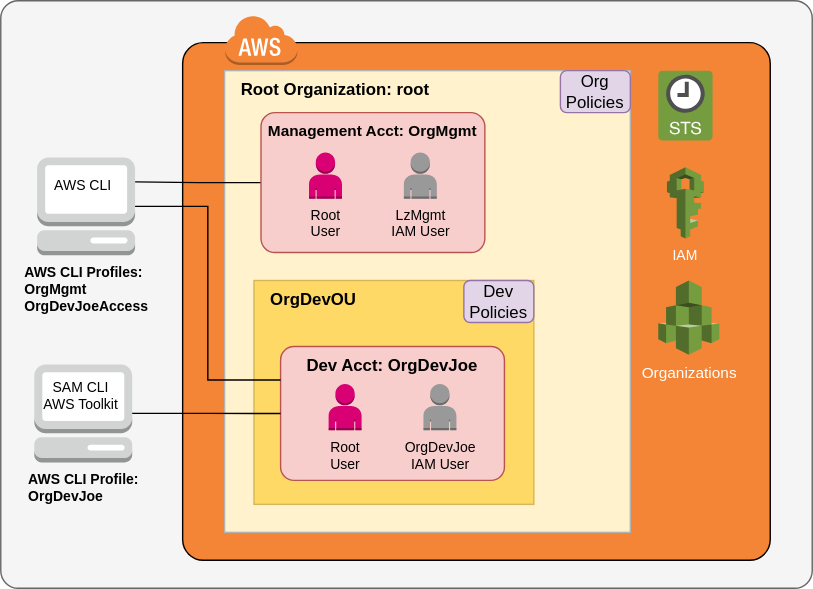
The draw.io diagram src/assets/img/AwsSetupUsers1.svg in InSciCo/InSciCo, before a commit. Source tidied: cells renumbered, new cells last; positions are measured from the earlier drawing's top-left corner, leaving out a move shared by most shapes.
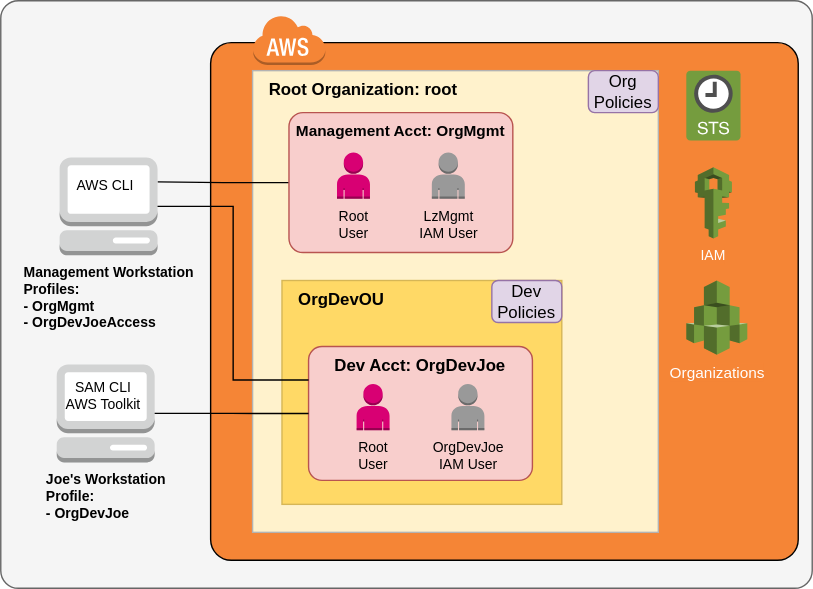
After the change.

Change to the diagram source:
```diff
@@ -3,7 +3,7 @@
     <mxCell id="0" />
     <mxCell id="1" parent="0" />
     <mxCell id="2" style="rounded=1;whiteSpace=wrap;html=1;labelBackgroundColor=#ffffff;strokeWidth=1;fillColor=#f5f5f5;fontSize=10;fontColor=#333333;arcSize=3;strokeColor=#666666;" parent="1" vertex="1">
-      <mxGeometry width="580" height="420" as="geometry" />
+      <mxGeometry x="-20" width="580" height="420" as="geometry" />
     </mxCell>
     <mxCell id="3" style="rounded=1;arcSize=4;dashed=0;strokeWidth=1;fontSize=10;fillColor=#F58536;" parent="1" vertex="1">
       <mxGeometry x="130" y="30" width="420" height="370" as="geometry" />
@@ -14,11 +14,11 @@
     <mxCell id="5" value="Org Policies" style="rounded=1;whiteSpace=wrap;html=1;fillColor=#e1d5e7;strokeColor=#9673a6;" parent="1" vertex="1">
       <mxGeometry x="400" y="50" width="50" height="30" as="geometry" />
     </mxCell>
-    <mxCell id="6" value="&lt;div style=&quot;text-align: left&quot;&gt;&lt;b&gt;AWS CLI Profile:&lt;/b&gt;&lt;/div&gt;&lt;b&gt;&lt;div style=&quot;text-align: left&quot;&gt;&lt;b&gt;OrgDevJoe&lt;/b&gt;&lt;/div&gt;&lt;/b&gt;" style="outlineConnect=0;dashed=0;verticalLabelPosition=bottom;verticalAlign=top;align=center;html=1;shape=mxgraph.aws3.management_console;fillColor=#D2D3D3;gradientColor=none;strokeWidth=1;fontSize=10;fontColor=#000000;" parent="1" vertex="1">
-      <mxGeometry x="24" y="260" width="70" height="70" as="geometry" />
+    <mxCell id="6" value="&lt;div style=&quot;text-align: left&quot;&gt;&lt;b&gt;Joe's Workstation&lt;/b&gt;&lt;/div&gt;&lt;div style=&quot;text-align: left&quot;&gt;&lt;b&gt;Profile:&lt;/b&gt;&lt;/div&gt;&lt;b&gt;&lt;div style=&quot;text-align: left&quot;&gt;&lt;b&gt;- OrgDevJoe&lt;/b&gt;&lt;/div&gt;&lt;/b&gt;" style="outlineConnect=0;dashed=0;verticalLabelPosition=bottom;verticalAlign=top;align=center;html=1;shape=mxgraph.aws3.management_console;fillColor=#D2D3D3;gradientColor=none;strokeWidth=1;fontSize=10;fontColor=#000000;" parent="1" vertex="1">
+      <mxGeometry x="20" y="260" width="70" height="70" as="geometry" />
     </mxCell>
     <mxCell id="7" value="SAM CLI&lt;br&gt;AWS Toolkit" style="text;html=1;strokeColor=none;fillColor=none;align=center;verticalAlign=middle;whiteSpace=wrap;rounded=0;fontSize=10;fontColor=#000000;" parent="1" vertex="1">
-      <mxGeometry x="25.1" y="272" width="64.8" height="20" as="geometry" />
+      <mxGeometry x="21.2" y="272" width="64.8" height="20" as="geometry" />
     </mxCell>
     <mxCell id="8" style="edgeStyle=orthogonalEdgeStyle;rounded=0;jettySize=auto;html=1;exitX=0;exitY=0.5;exitDx=0;exitDy=0;entryX=1;entryY=0.25;entryDx=0;entryDy=0;entryPerimeter=0;endArrow=none;endFill=0;fontColor=#FFFFFF;" parent="1" edge="1" source="9" target="25">
       <mxGeometry relative="1" as="geometry" />
@@ -69,9 +69,9 @@
       <mxGeometry relative="1" as="geometry" />
     </mxCell>
     <mxCell id="24" style="group;" parent="1" vertex="1">
-      <mxGeometry x="26" y="112" width="70" height="70" as="geometry" />
+      <mxGeometry x="22.1" y="112" width="70" height="70" as="geometry" />
     </mxCell>
-    <mxCell id="25" value="&lt;div style=&quot;text-align: left&quot;&gt;&lt;b&gt;AWS CLI Profiles:&lt;/b&gt;&lt;/div&gt;&lt;b&gt;&lt;div style=&quot;text-align: left&quot;&gt;&lt;b&gt;OrgMgmt&lt;/b&gt;&lt;/div&gt;&lt;div style=&quot;text-align: left&quot;&gt;&lt;b&gt;OrgDevJoeAccess&lt;/b&gt;&lt;/div&gt;&lt;/b&gt;" style="outlineConnect=0;dashed=0;verticalLabelPosition=bottom;verticalAlign=top;align=center;html=1;shape=mxgraph.aws3.management_console;fillColor=#D2D3D3;gradientColor=none;strokeWidth=1;fontSize=10;fontColor=#000000;" parent="24" vertex="1">
+    <mxCell id="25" value="&lt;div style=&quot;text-align: left&quot;&gt;&lt;b&gt;Management Workstation&lt;/b&gt;&lt;/div&gt;&lt;div style=&quot;text-align: left&quot;&gt;&lt;b&gt;Profiles:&lt;/b&gt;&lt;/div&gt;&lt;b&gt;&lt;div style=&quot;text-align: left&quot;&gt;&lt;b&gt;- OrgMgmt&lt;/b&gt;&lt;/div&gt;&lt;div style=&quot;text-align: left&quot;&gt;&lt;b&gt;- OrgDevJoeAccess&lt;/b&gt;&lt;/div&gt;&lt;/b&gt;" style="outlineConnect=0;dashed=0;verticalLabelPosition=bottom;verticalAlign=top;align=center;html=1;shape=mxgraph.aws3.management_console;fillColor=#D2D3D3;gradientColor=none;strokeWidth=1;fontSize=10;fontColor=#000000;" parent="24" vertex="1">
       <mxGeometry width="70" height="70" as="geometry" />
     </mxCell>
     <mxCell id="26" value="AWS CLI" style="text;html=1;strokeColor=none;fillColor=none;align=center;verticalAlign=middle;whiteSpace=wrap;rounded=0;fontSize=10;fontColor=#000000;" parent="24" vertex="1">
```
